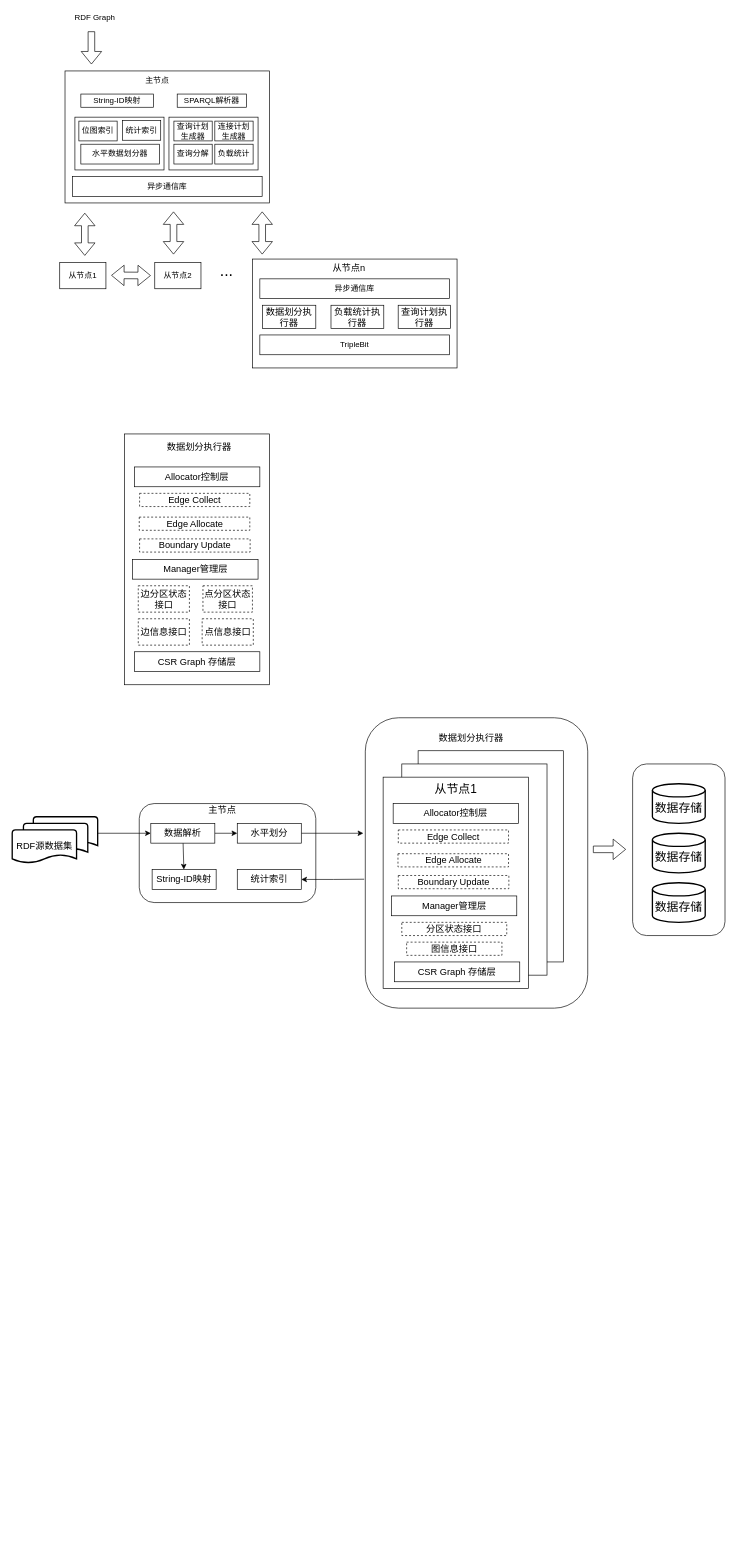
Above: Untitled Diagram.drawio in ductina/233 (draw.io), before the change. Source tidied: cells renumbered, new cells numbered last; positions are measured from the earlier drawing's top-left corner, leaving out a move shared by most shapes. Both pictures are drawn from the tidied source at 66%, with x=0, y=0 at pixel (12, 11).
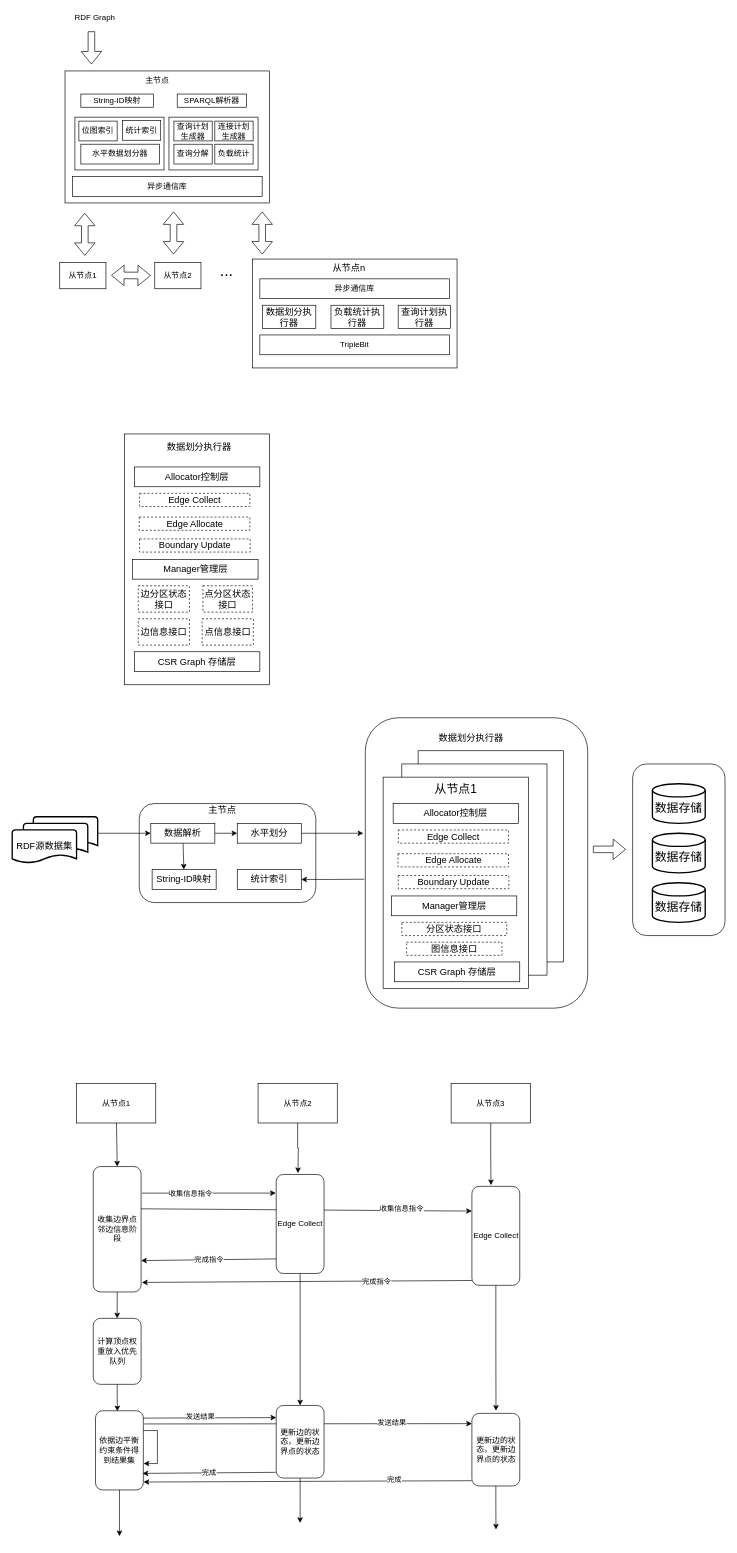
The same diagram, later.

Diff of the diagram source:
```diff
@@
+    <mxCell id="77" style="endArrow=classic;html=1;rounded=0;entryX=0;entryY=0.141;entryDx=0;entryDy=0;entryPerimeter=0;" parent="1" edge="1" target="107">
+      <mxGeometry relative="1" as="geometry">
+        <mxPoint x="200" y="2140" as="sourcePoint" />
+      </mxGeometry>
+    </mxCell>
+    <mxCell id="78" value="发送结果" style="edgeLabel;html=1;align=center;verticalAlign=middle;" parent="77" vertex="1">
+      <mxGeometry x="-0.15" y="2" relative="1" as="geometry">
+        <mxPoint x="164" as="offset" />
+      </mxGeometry>
+    </mxCell>
+    <mxCell id="79" style="edgeStyle=none;rounded=0;jettySize=auto;html=1;entryX=0;entryY=0.25;entryDx=0;entryDy=0;exitX=0.991;exitY=0.337;exitDx=0;exitDy=0;exitPerimeter=0;" parent="1" edge="1" source="90" target="95">
+      <mxGeometry relative="1" as="geometry" />
+    </mxCell>
+    <mxCell id="80" value="收集信息指令" style="edgeLabel;html=1;align=center;verticalAlign=middle;" parent="79" vertex="1">
+      <mxGeometry x="-0.05" y="2" relative="1" as="geometry">
+        <mxPoint x="157" as="offset" />
+      </mxGeometry>
+    </mxCell>
@@
+    <mxCell id="81" style="rounded=0;jettySize=auto;html=1;entryX=0.5;entryY=0;entryDx=0;entryDy=0;" parent="1" edge="1" source="82" target="90">
+      <mxGeometry relative="1" as="geometry" />
+    </mxCell>
+    <mxCell id="82" value="从节点1" style="rounded=0;whiteSpace=wrap;html=1;" parent="1" vertex="1">
+      <mxGeometry x="97.5" y="1624" width="120" height="60" as="geometry" />
+    </mxCell>
+    <mxCell id="83" style="edgeStyle=orthogonalEdgeStyle;rounded=0;jettySize=auto;html=1;" parent="1" edge="1" source="84">
+      <mxGeometry relative="1" as="geometry">
+        <mxPoint x="433" y="1760" as="targetPoint" />
+      </mxGeometry>
+    </mxCell>
+    <mxCell id="84" value="从节点2" style="rounded=0;whiteSpace=wrap;html=1;" parent="1" vertex="1">
+      <mxGeometry x="372.5" y="1624" width="120" height="60" as="geometry" />
+    </mxCell>
+    <mxCell id="85" style="edgeStyle=orthogonalEdgeStyle;rounded=0;jettySize=auto;html=1;entryX=0.399;entryY=-0.012;entryDx=0;entryDy=0;entryPerimeter=0;" parent="1" edge="1" source="86" target="95">
+      <mxGeometry relative="1" as="geometry" />
+    </mxCell>
+    <mxCell id="86" value="从节点3" style="rounded=0;whiteSpace=wrap;html=1;" parent="1" vertex="1">
+      <mxGeometry x="665" y="1624" width="120" height="60" as="geometry" />
+    </mxCell>
+    <mxCell id="87" style="edgeStyle=none;rounded=0;jettySize=auto;html=1;entryX=-0.009;entryY=0.188;entryDx=0;entryDy=0;entryPerimeter=0;exitX=1.018;exitY=0.212;exitDx=0;exitDy=0;exitPerimeter=0;" parent="1" edge="1" source="90" target="92">
+      <mxGeometry relative="1" as="geometry" />
+    </mxCell>
+    <mxCell id="88" value="收集信息指令" style="edgeLabel;html=1;align=center;verticalAlign=middle;" parent="87" vertex="1">
+      <mxGeometry x="-0.28" relative="1" as="geometry" />
+    </mxCell>
+    <mxCell id="89" style="edgeStyle=orthogonalEdgeStyle;rounded=0;jettySize=auto;html=1;entryX=0.5;entryY=0;entryDx=0;entryDy=0;" parent="1" edge="1" source="90" target="98">
+      <mxGeometry relative="1" as="geometry" />
+    </mxCell>
+    <mxCell id="90" value="收集边界点邻边信息阶段" style="rounded=1;whiteSpace=wrap;html=1;" parent="1" vertex="1">
+      <mxGeometry x="122.8" y="1750" width="72.5" height="190" as="geometry" />
+    </mxCell>
+    <mxCell id="91" style="edgeStyle=orthogonalEdgeStyle;rounded=0;jettySize=auto;html=1;" parent="1" edge="1" source="92" target="103">
+      <mxGeometry relative="1" as="geometry" />
+    </mxCell>
+    <mxCell id="92" value="Edge Collect" style="rounded=1;whiteSpace=wrap;html=1;" parent="1" vertex="1">
+      <mxGeometry x="400" y="1762" width="72.5" height="150" as="geometry" />
+    </mxCell>
+    <mxCell id="93" value="完成指令" style="endArrow=classic;html=1;rounded=0;exitX=0;exitY=0.853;exitDx=0;exitDy=0;exitPerimeter=0;entryX=1;entryY=0.75;entryDx=0;entryDy=0;" parent="1" edge="1" source="92" target="90">
+      <mxGeometry relative="1" as="geometry" />
+    </mxCell>
+    <mxCell id="94" style="edgeStyle=orthogonalEdgeStyle;rounded=0;jettySize=auto;html=1;" parent="1" edge="1" source="95">
+      <mxGeometry relative="1" as="geometry">
+        <mxPoint x="733" y="2120" as="targetPoint" />
+      </mxGeometry>
+    </mxCell>
+    <mxCell id="95" value="Edge Collect" style="rounded=1;whiteSpace=wrap;html=1;" parent="1" vertex="1">
+      <mxGeometry x="696.5" y="1780" width="72.5" height="150" as="geometry" />
+    </mxCell>
+    <mxCell id="96" value="完成指令" style="endArrow=classic;html=1;rounded=0;exitX=0;exitY=0.951;exitDx=0;exitDy=0;exitPerimeter=0;entryX=1.018;entryY=0.924;entryDx=0;entryDy=0;entryPerimeter=0;" parent="1" edge="1" source="95" target="90">
+      <mxGeometry x="-0.42" y="1" relative="1" as="geometry" />
+    </mxCell>
+    <mxCell id="97" style="edgeStyle=orthogonalEdgeStyle;rounded=0;jettySize=auto;html=1;entryX=0.457;entryY=0.007;entryDx=0;entryDy=0;entryPerimeter=0;" parent="1" edge="1" source="98" target="100">
+      <mxGeometry relative="1" as="geometry" />
+    </mxCell>
+    <mxCell id="98" value="计算顶点权重放入优先队列" style="rounded=1;whiteSpace=wrap;html=1;" parent="1" vertex="1">
+      <mxGeometry x="122.8" y="1980" width="72.5" height="100" as="geometry" />
+    </mxCell>
+    <mxCell id="99" style="edgeStyle=orthogonalEdgeStyle;rounded=0;jettySize=auto;html=1;" parent="1" edge="1" source="100">
+      <mxGeometry relative="1" as="geometry">
+        <mxPoint x="162.5" y="2310" as="targetPoint" />
+      </mxGeometry>
+    </mxCell>
+    <mxCell id="100" value="依据边平衡约束条件得到结果集" style="rounded=1;whiteSpace=wrap;html=1;" parent="1" vertex="1">
+      <mxGeometry x="126.2" y="2120" width="72.5" height="120" as="geometry" />
+    </mxCell>
+    <mxCell id="101" style="edgeStyle=orthogonalEdgeStyle;rounded=0;jettySize=auto;html=1;exitX=1;exitY=0.25;exitDx=0;exitDy=0;" parent="1" edge="1" source="100">
+      <mxGeometry relative="1" as="geometry">
+        <mxPoint x="199" y="2200" as="targetPoint" />
+        <Array as="points">
+          <mxPoint x="199" y="2150" />
+          <mxPoint x="220" y="2150" />
+          <mxPoint x="220" y="2200" />
+          <mxPoint x="199" y="2200" />
+        </Array>
+      </mxGeometry>
+    </mxCell>
+    <mxCell id="102" style="edgeStyle=orthogonalEdgeStyle;rounded=0;jettySize=auto;html=1;" parent="1" edge="1" source="103">
+      <mxGeometry relative="1" as="geometry">
+        <mxPoint x="436.2" y="2290" as="targetPoint" />
+      </mxGeometry>
+    </mxCell>
+    <mxCell id="103" value="更新边的状态，更新边界点的状态" style="rounded=1;whiteSpace=wrap;html=1;" parent="1" vertex="1">
+      <mxGeometry x="400" y="2112" width="72.5" height="110" as="geometry" />
+    </mxCell>
+    <mxCell id="104" style="endArrow=classic;html=1;rounded=0;exitX=0.996;exitY=0.093;exitDx=0;exitDy=0;exitPerimeter=0;entryX=0;entryY=0.167;entryDx=0;entryDy=0;entryPerimeter=0;" parent="1" edge="1" source="100" target="103">
+      <mxGeometry relative="1" as="geometry" />
+    </mxCell>
+    <mxCell id="105" value="发送结果" style="edgeLabel;html=1;align=center;verticalAlign=middle;" parent="104" vertex="1">
+      <mxGeometry x="-0.15" y="2" relative="1" as="geometry" />
+    </mxCell>
+    <mxCell id="106" style="edgeStyle=orthogonalEdgeStyle;rounded=0;jettySize=auto;html=1;" parent="1" edge="1" source="107">
+      <mxGeometry relative="1" as="geometry">
+        <mxPoint x="733" y="2300" as="targetPoint" />
+      </mxGeometry>
+    </mxCell>
+    <mxCell id="107" value="更新边的状态，更新边界点的状态" style="rounded=1;whiteSpace=wrap;html=1;" parent="1" vertex="1">
+      <mxGeometry x="696.5" y="2124" width="72.5" height="110" as="geometry" />
+    </mxCell>
+    <mxCell id="108" value="完成" style="endArrow=classic;html=1;rounded=0;exitX=0;exitY=0.927;exitDx=0;exitDy=0;exitPerimeter=0;entryX=1.002;entryY=0.9;entryDx=0;entryDy=0;entryPerimeter=0;" parent="1" edge="1" source="107" target="100">
+      <mxGeometry x="-0.53" y="-1" relative="1" as="geometry" />
+    </mxCell>
+    <mxCell id="109" value="完成" style="endArrow=classic;html=1;rounded=0;entryX=0.983;entryY=0.791;entryDx=0;entryDy=0;entryPerimeter=0;exitX=-0.009;exitY=0.921;exitDx=0;exitDy=0;exitPerimeter=0;" parent="1" edge="1" source="103" target="100">
+      <mxGeometry relative="1" as="geometry" />
+    </mxCell>
```
